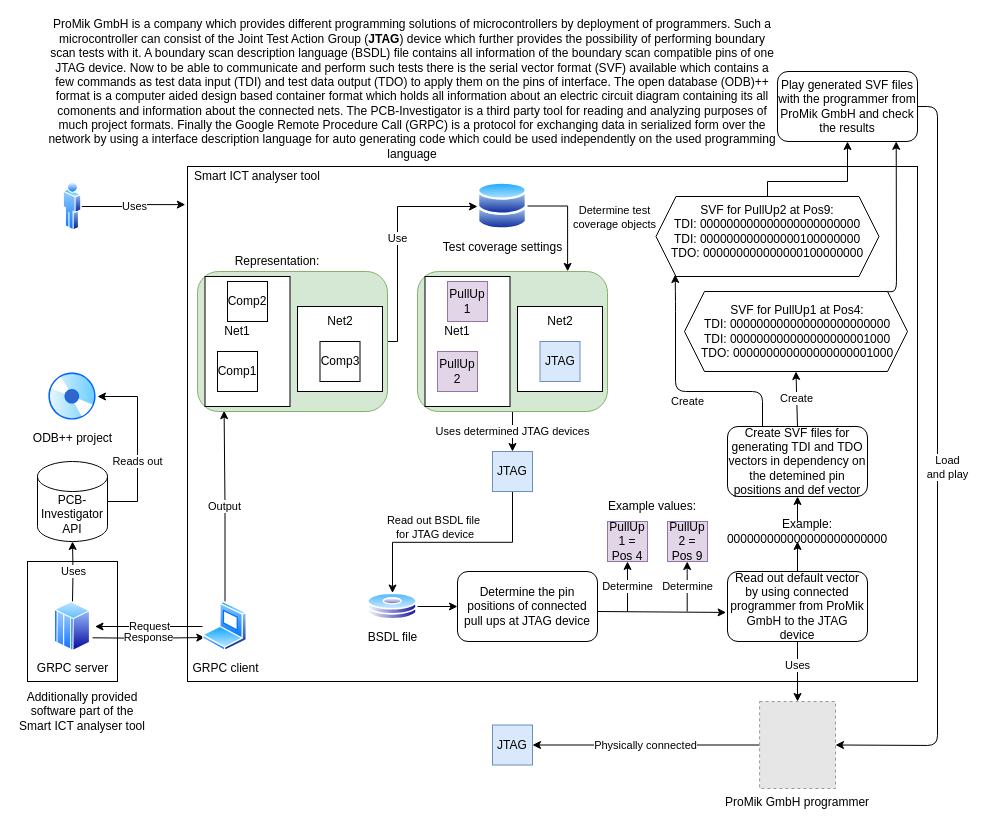
The draw.io diagram Master Thesis/drawios/poster.drawio in Razvanmatis/SmartIctAnalyzer, before the edit. Source tidied: cells renumbered, new cells numbered last; positions are measured from the earlier drawing's top-left corner, leaving out a move shared by most shapes. Both pictures are drawn from the tidied source at 100%, with x=0, y=0 at pixel (17, 26). Pictures stored in the file or linked from it are replaced by grey dashed boxes.
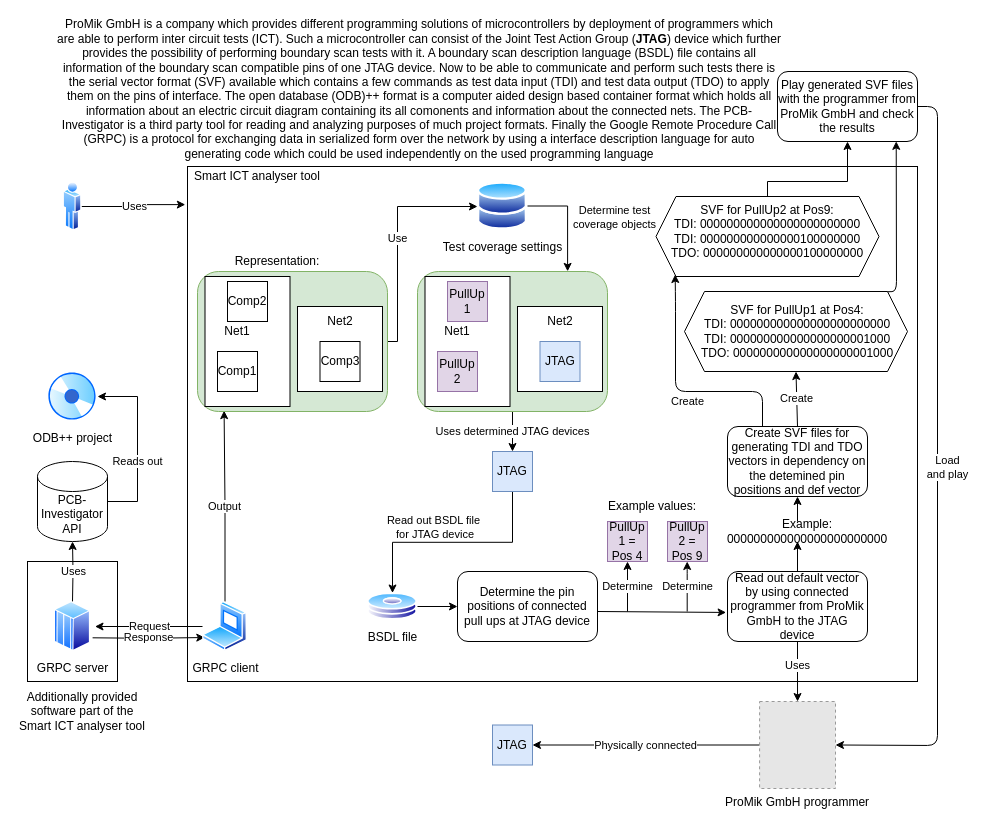
Above is the later version.

Diff of the diagram source:
```diff
@@
-    <mxCell id="68" value="ProMik GmbH is a company which provides different programming solutions of microcontrollers by deployment of programmers. Such a microcontroller can consist of the&amp;nbsp;&lt;span class=&quot;ILfuVd&quot;&gt;Joint Test Action Group (&lt;b&gt;JTAG&lt;/b&gt;) device which further provides the possibility of performing boundary scan tests with it. A boundary scan description language (BSDL) file contains all information of the boundary scan compatible pins of one JTAG device. Now to be able to communicate and perform such tests there is the serial vector format (SVF) available which contains a few commands as test data input (TDI) and test data output (TDO) to apply them on the pins of interface. The open database (ODB)++ format is a computer aided design based container format which holds all information about an electric circuit diagram containing its all comonents and information about the connected nets. The PCB-Investigator is a third party tool for reading and analyzing purposes of much project formats. Finally the Google&amp;nbsp;&lt;/span&gt;&lt;span class=&quot;aCOpRe&quot;&gt;Remote Procedure Call (GRPC) is a protocol for exchanging data in serialized form over the network by using a interface description language for auto generating code which could be used independently on the used programming language&lt;/span&gt;&lt;br&gt;&amp;nbsp;" style="text;html=1;strokeColor=none;fillColor=none;align=center;verticalAlign=middle;whiteSpace=wrap;rounded=0;" parent="1" vertex="1">
-      <mxGeometry x="30" width="730" height="140" as="geometry" />
+    <mxCell id="68" value="ProMik GmbH is a company which provides different programming solutions of microcontrollers by deployment of programmers which are able to perform inter circuit tests (ICT). Such a microcontroller can consist of the&amp;nbsp;&lt;span class=&quot;ILfuVd&quot;&gt;Joint Test Action Group (&lt;b&gt;JTAG&lt;/b&gt;) device which further provides the possibility of performing boundary scan tests with it. A boundary scan description language (BSDL) file contains all information of the boundary scan compatible pins of one JTAG device. Now to be able to communicate and perform such tests there is the serial vector format (SVF) available which contains a few commands as test data input (TDI) and test data output (TDO) to apply them on the pins of interface. The open database (ODB)++ format is a computer aided design based container format which holds all information about an electric circuit diagram containing its all comonents and information about the connected nets. The PCB-Investigator is a third party tool for reading and analyzing purposes of much project formats. Finally the Google&amp;nbsp;&lt;/span&gt;&lt;span class=&quot;aCOpRe&quot;&gt;Remote Procedure Call (GRPC) is a protocol for exchanging data in serialized form over the network by using a interface description language for auto generating code which could be used independently on the used programming language&lt;/span&gt;&lt;br&gt;&amp;nbsp;" style="text;html=1;strokeColor=none;fillColor=none;align=center;verticalAlign=middle;whiteSpace=wrap;rounded=0;" parent="1" vertex="1">
+      <mxGeometry x="37" width="730" height="140" as="geometry" />
     </mxCell>
```
